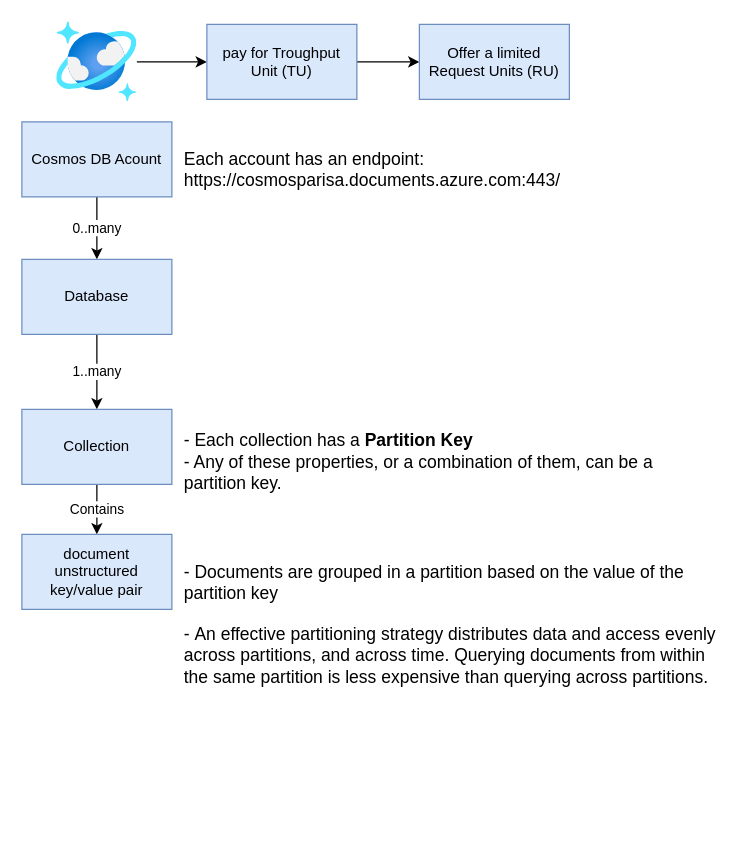
This is drawio/cosmos-db.drawio from ParisaMousavi/Lesson-OAuth2-APIM, a draw.io file, before an edit. Source tidied: cells renumbered, new cells numbered last; positions are measured from the earlier drawing's top-left corner, leaving out a move shared by most shapes. Both pictures are drawn from the tidied source at 125%, with x=0, y=0 at pixel (21, 21).
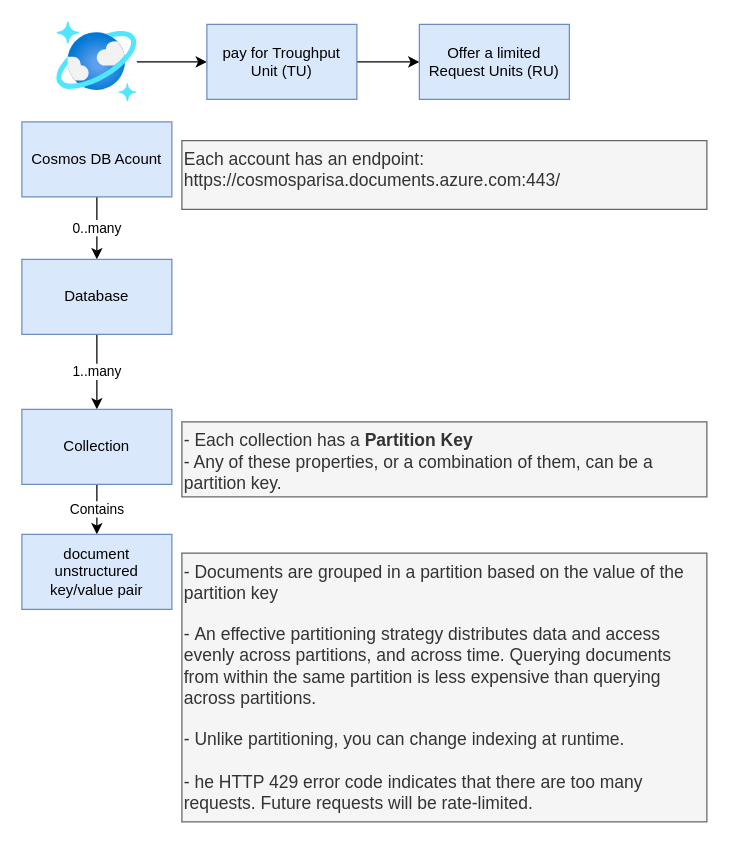
After the change.

Change to the diagram source:
```diff
@@
 <mxGraphModel>
   <root>
     <mxCell id="0" />
     <mxCell id="1" parent="0" />
     <mxCell id="2" style="edgeStyle=orthogonalEdgeStyle;rounded=0;jettySize=auto;html=1;" parent="1" edge="1" source="3" target="5">
       <mxGeometry relative="1" as="geometry" />
     </mxCell>
     <mxCell id="3" style="html=1;points=[];align=center;image;fontSize=12;image=img/lib/azure2/databases/Azure_Cosmos_DB.svg;" parent="1" vertex="1">
       <mxGeometry x="28" width="64" height="64" as="geometry" />
     </mxCell>
     <mxCell id="4" style="edgeStyle=orthogonalEdgeStyle;rounded=0;jettySize=auto;html=1;" parent="1" edge="1" source="5" target="6">
       <mxGeometry relative="1" as="geometry" />
     </mxCell>
     <mxCell id="5" value="pay for Troughput Unit (TU)" style="rounded=0;whiteSpace=wrap;html=1;fillColor=#dae8fc;strokeColor=#6c8ebf;" parent="1" vertex="1">
       <mxGeometry x="148" y="2" width="120" height="60" as="geometry" />
     </mxCell>
     <mxCell id="6" value="Offer a limited Request Units (RU)" style="whiteSpace=wrap;html=1;rounded=0;fillColor=#dae8fc;strokeColor=#6c8ebf;" parent="1" vertex="1">
       <mxGeometry x="318" y="2" width="120" height="60" as="geometry" />
     </mxCell>
     <mxCell id="7" value="0..many" style="edgeStyle=orthogonalEdgeStyle;rounded=0;jettySize=auto;html=1;" parent="1" edge="1" source="8" target="10">
       <mxGeometry relative="1" as="geometry" />
     </mxCell>
     <mxCell id="8" value="Cosmos DB Acount" style="rounded=0;whiteSpace=wrap;html=1;fillColor=#dae8fc;strokeColor=#6c8ebf;" parent="1" vertex="1">
       <mxGeometry y="80" width="120" height="60" as="geometry" />
     </mxCell>
     <mxCell id="9" value="1..many" style="edgeStyle=orthogonalEdgeStyle;rounded=0;jettySize=auto;html=1;" parent="1" edge="1" source="10" target="12">
       <mxGeometry relative="1" as="geometry" />
     </mxCell>
     <mxCell id="10" value="Database" style="rounded=0;whiteSpace=wrap;html=1;fillColor=#dae8fc;strokeColor=#6c8ebf;" parent="1" vertex="1">
       <mxGeometry y="190" width="120" height="60" as="geometry" />
     </mxCell>
     <mxCell id="11" value="Contains" style="edgeStyle=orthogonalEdgeStyle;rounded=0;jettySize=auto;html=1;" parent="1" edge="1" source="12" target="13">
       <mxGeometry relative="1" as="geometry" />
     </mxCell>
     <mxCell id="12" value="Collection" style="rounded=0;whiteSpace=wrap;html=1;fillColor=#dae8fc;strokeColor=#6c8ebf;" parent="1" vertex="1">
       <mxGeometry y="310" width="120" height="60" as="geometry" />
     </mxCell>
     <mxCell id="13" value="document&lt;br&gt;unstructured&lt;br&gt;key/value pair" style="rounded=0;whiteSpace=wrap;html=1;fillColor=#dae8fc;strokeColor=#6c8ebf;" parent="1" vertex="1">
       <mxGeometry y="410" width="120" height="60" as="geometry" />
     </mxCell>
-    <mxCell id="14" value="Each account has an endpoint:&lt;br style=&quot;font-size: 14px;&quot;&gt;https://cosmosparisa.documents.azure.com:443/" style="text;whiteSpace=wrap;html=1;fontSize=14;" parent="1" vertex="1">
-      <mxGeometry x="128" y="95" width="280" height="30" as="geometry" />
+    <mxCell id="14" value="Each account has an endpoint:&lt;br style=&quot;font-size: 14px;&quot;&gt;https://cosmosparisa.documents.azure.com:443/" style="text;whiteSpace=wrap;html=1;fontSize=14;fillColor=#f5f5f5;strokeColor=#666666;fontColor=#333333;" parent="1" vertex="1">
+      <mxGeometry x="128" y="95" width="420" height="55" as="geometry" />
     </mxCell>
-    <mxCell id="15" value="- Each collection has a &lt;b style=&quot;font-size: 14px;&quot;&gt;Partition Key&lt;/b&gt;&lt;br style=&quot;font-size: 14px;&quot;&gt;- Any of these properties, or a combination of them, can be a partition key." style="text;whiteSpace=wrap;html=1;fontSize=14;" parent="1" vertex="1">
-      <mxGeometry x="128" y="320" width="430" height="60" as="geometry" />
+    <mxCell id="15" value="- Each collection has a &lt;b style=&quot;font-size: 14px;&quot;&gt;Partition Key&lt;/b&gt;&lt;br style=&quot;font-size: 14px;&quot;&gt;- Any of these properties, or a combination of them, can be a partition key." style="text;whiteSpace=wrap;html=1;fontSize=14;fillColor=#f5f5f5;strokeColor=#666666;fontColor=#333333;" parent="1" vertex="1">
+      <mxGeometry x="128" y="320" width="420" height="60" as="geometry" />
     </mxCell>
-    <mxCell id="16" value="- Documents are grouped in a partition based on the value of the partition key&lt;br style=&quot;font-size: 14px;&quot;&gt;&lt;br style=&quot;font-size: 14px;&quot;&gt;-&amp;nbsp;An effective partitioning strategy distributes data and access evenly across partitions, and across time. Querying documents from within the same partition is less expensive than querying across partitions." style="text;whiteSpace=wrap;html=1;fontSize=14;" parent="1" vertex="1">
-      <mxGeometry x="128" y="425" width="430" height="105" as="geometry" />
+    <mxCell id="16" value="- Documents are grouped in a partition based on the value of the partition key&lt;br style=&quot;font-size: 14px&quot;&gt;&lt;br style=&quot;font-size: 14px&quot;&gt;-&amp;nbsp;An effective partitioning strategy distributes data and access evenly across partitions, and across time. Querying documents from within the same partition is less expensive than querying across partitions.&lt;br&gt;&lt;br&gt;-&amp;nbsp;Unlike partitioning, you can change indexing at runtime.&lt;br&gt;&lt;br&gt;-&amp;nbsp;he HTTP 429 error code indicates that there are too many requests. Future requests will be rate-limited." style="text;whiteSpace=wrap;html=1;fontSize=14;fillColor=#f5f5f5;strokeColor=#666666;fontColor=#333333;" parent="1" vertex="1">
+      <mxGeometry x="128" y="425" width="420" height="215" as="geometry" />
     </mxCell>
   </root>
 </mxGraphModel>
```
